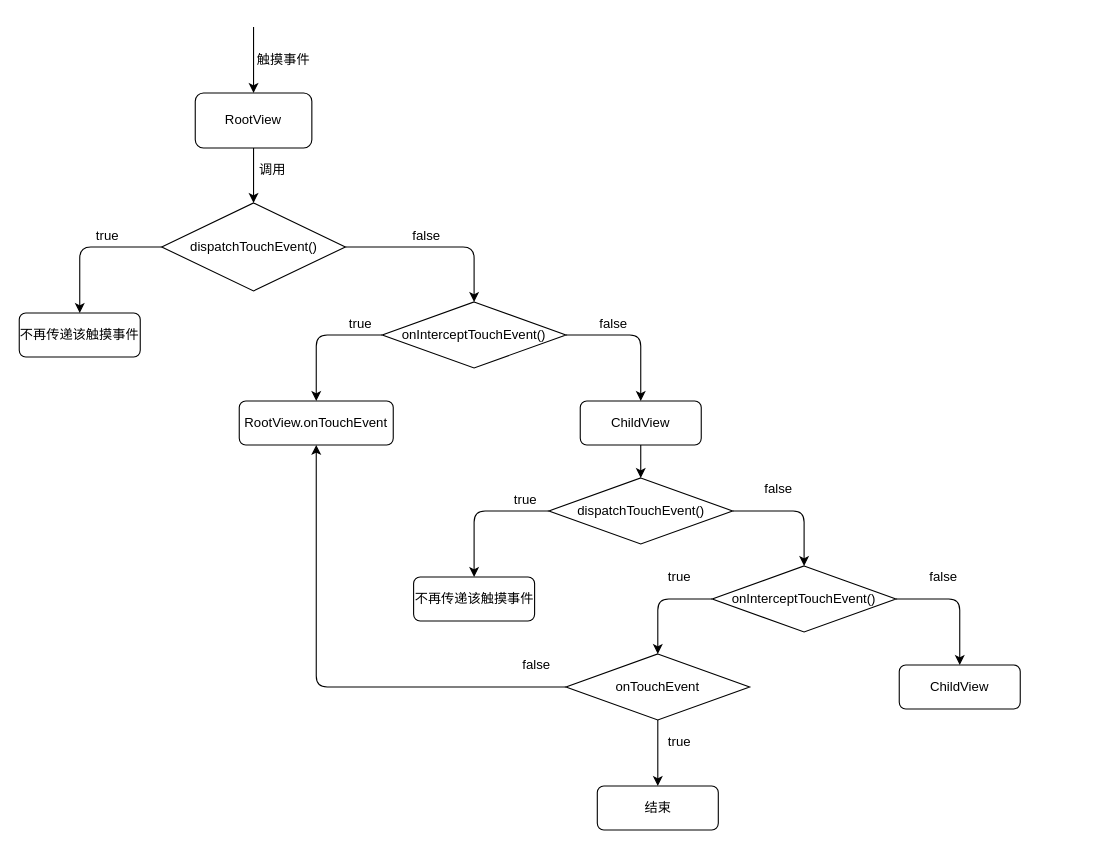
Above: ViewTouch.drawio in Eanam/PointlessDiagram (draw.io), before the change. Source tidied: cells renumbered, new cells numbered last; positions are measured from the earlier drawing's top-left corner, leaving out a move shared by most shapes. Both pictures are drawn from the tidied source at 110%, with x=0, y=0 at pixel (19, 26).
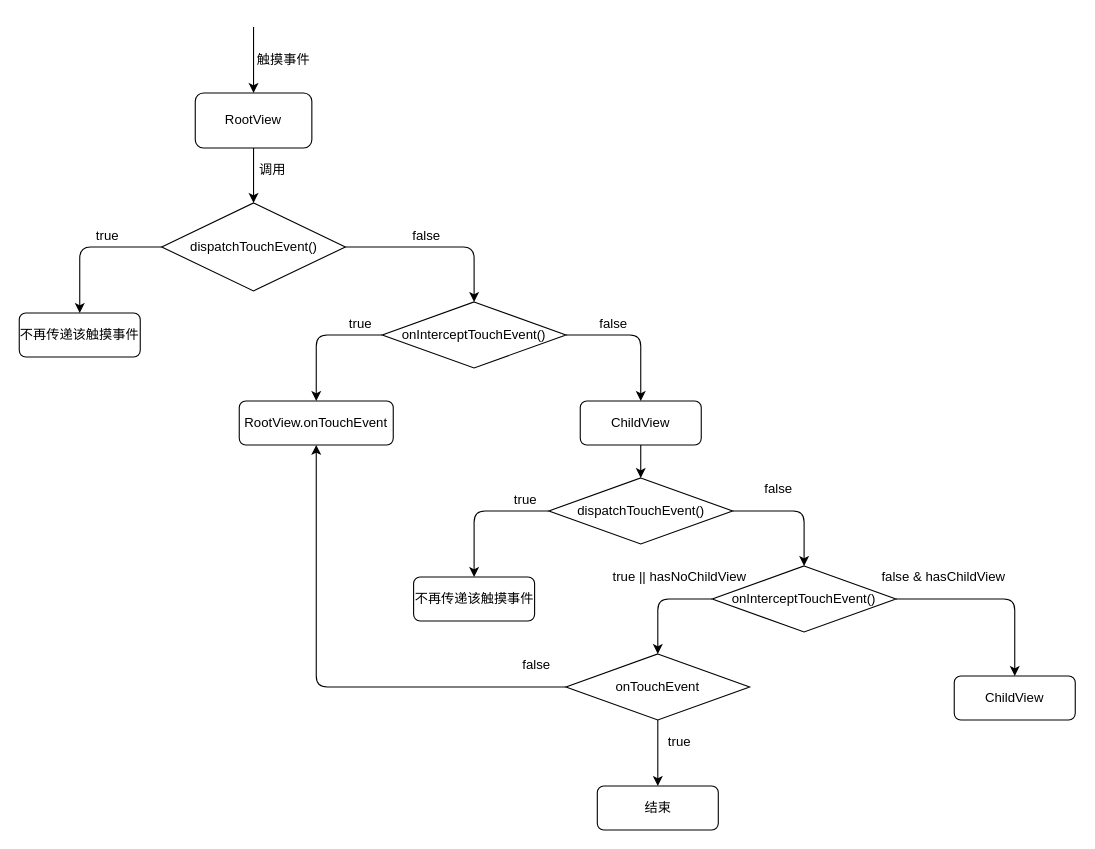
The same diagram, later.

Diff of the diagram source:
```diff
@@
     <mxCell id="28" value="ChildView" style="rounded=1;whiteSpace=wrap;html=1;" parent="1" vertex="1">
-      <mxGeometry x="800" y="580" width="110" height="40" as="geometry" />
+      <mxGeometry x="850" y="590" width="110" height="40" as="geometry" />
     </mxCell>
@@
-    <mxCell id="30" value="false" style="text;html=1;align=center;verticalAlign=middle;strokeColor=none;" parent="1" vertex="1">
-      <mxGeometry x="820" y="490" width="40" height="20" as="geometry" />
+    <mxCell id="30" value="false &amp;amp; hasChildView" style="text;html=1;align=center;verticalAlign=middle;strokeColor=none;" parent="1" vertex="1">
+      <mxGeometry x="775" y="490" width="130" height="20" as="geometry" />
     </mxCell>
@@
-    <mxCell id="34" value="true" style="text;html=1;align=center;verticalAlign=middle;strokeColor=none;" parent="1" vertex="1">
-      <mxGeometry x="580" y="490" width="40" height="20" as="geometry" />
+    <mxCell id="34" value="true || hasNoChildView" style="text;html=1;align=center;verticalAlign=middle;strokeColor=none;" parent="1" vertex="1">
+      <mxGeometry x="530" y="490" width="140" height="20" as="geometry" />
     </mxCell>
```
